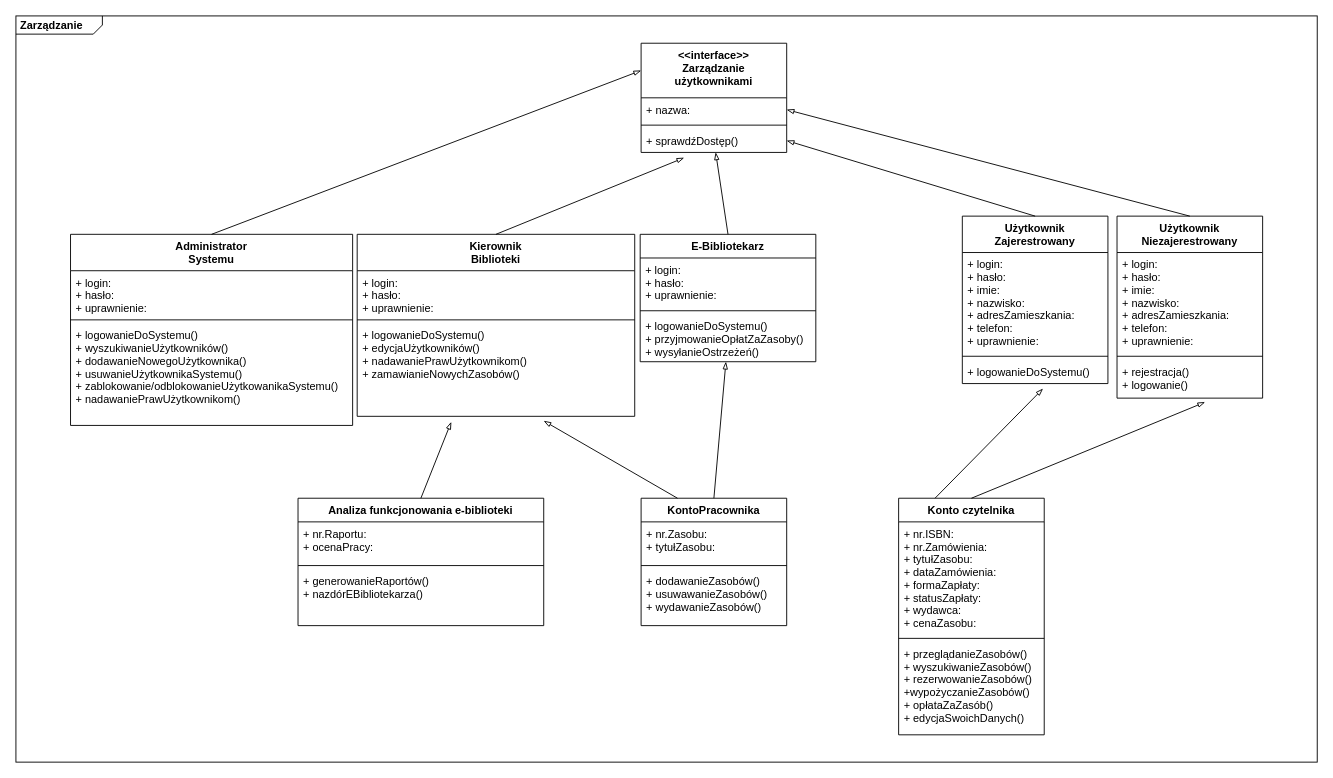
Earlier version of the draw.io diagram zarzadzanie.drawio (Jagoodka/BJ05ti3c). Source tidied: cells renumbered, new cells numbered last; positions are measured from the earlier drawing's top-left corner, leaving out a move shared by most shapes. Both pictures are drawn from the tidied source at 91%, with x=0, y=0 at pixel (15, 15).
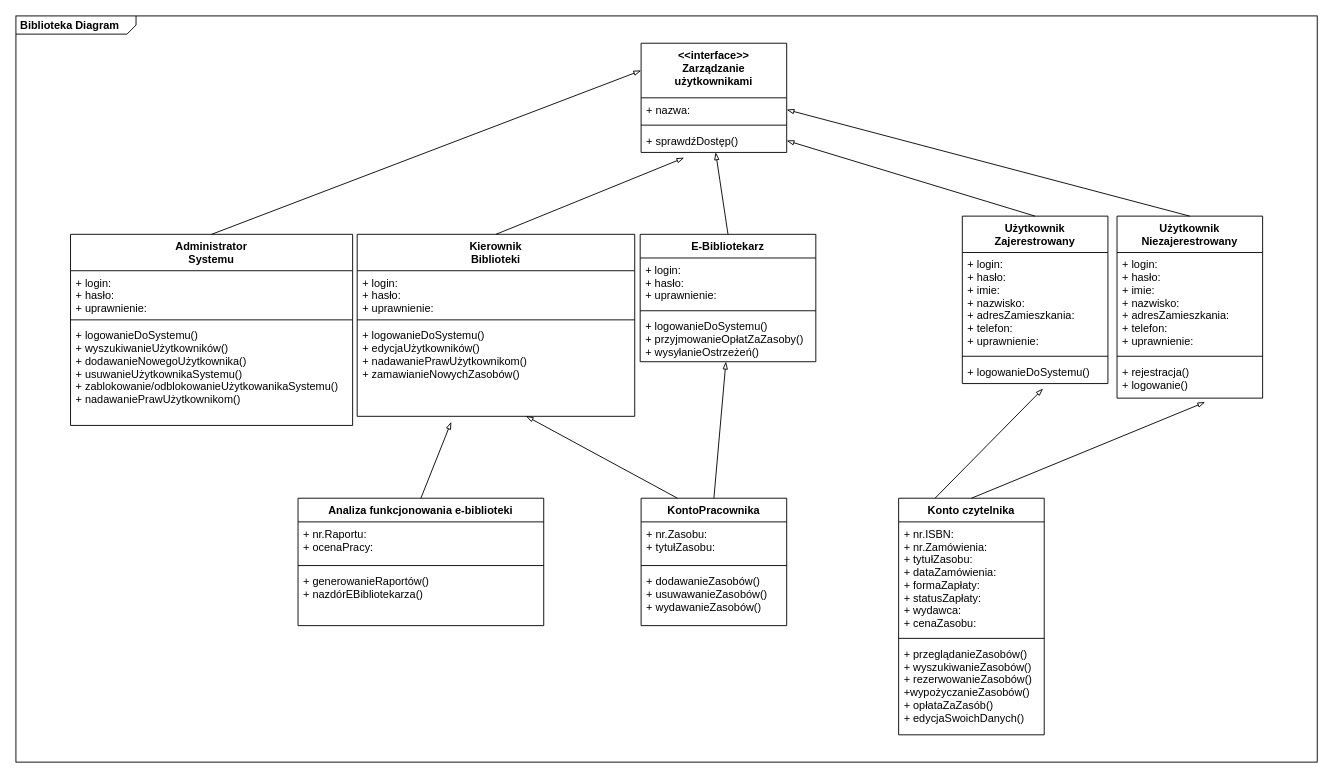
Above is the later version.

The change refers to these unchanged cells:
```xml
<mxCell id="14" value="+ logowanieDoSystemu()&#10;+ edycjaUżytkowników()&#10;+ nadawaniePrawUżytkownikom()&#10;+ zamawianieNowychZasobów()&#10;" style="text;strokeColor=none;fillColor=none;align=left;verticalAlign=top;spacingLeft=4;spacingRight=4;overflow=hidden;points=[[0,0.5],[1,0.5]];portConstraint=eastwest;" parent="11" vertex="1">
  <mxGeometry y="98" width="305" height="102" as="geometry" />
</mxCell>
<mxCell id="31" value="KontoPracownika" style="swimlane;fontStyle=1;align=center;verticalAlign=top;horizontal=1;startSize=26;" parent="1" vertex="1">
  <mxGeometry x="687" y="530" width="160" height="140" as="geometry" />
</mxCell>
```

The edit, as a diff of the source:
```diff
@@
-    <mxCell id="2" value="&lt;p style=&quot;margin: 0px ; margin-top: 4px ; margin-left: 5px ; text-align: left&quot;&gt;&lt;b&gt;Zarządzanie&lt;/b&gt;&lt;/p&gt;" style="html=1;shape=mxgraph.sysml.package;overflow=fill;labelX=95;align=left;spacingLeft=5;verticalAlign=top;spacingTop=-3;" parent="1" vertex="1">
+    <mxCell id="2" value="&lt;p style=&quot;margin: 0px ; margin-top: 4px ; margin-left: 5px ; text-align: left&quot;&gt;&lt;b&gt;Biblioteka Diagram&lt;/b&gt;&lt;/p&gt;&lt;p style=&quot;margin: 0px ; margin-top: 4px ; margin-left: 5px ; text-align: left&quot;&gt;&lt;b&gt;&lt;br&gt;&lt;/b&gt;&lt;/p&gt;" style="html=1;shape=mxgraph.sysml.package;overflow=fill;labelX=132;align=left;spacingLeft=5;verticalAlign=top;spacingTop=-3;" parent="1" vertex="1">
       <mxGeometry width="1430" height="820" as="geometry" />
     </mxCell>
@@
-    <mxCell id="47" style="endArrow=blockThin;html=1;endFill=0;entryX=0.672;entryY=1.049;entryDx=0;entryDy=0;entryPerimeter=0;exitX=0.25;exitY=0;exitDx=0;exitDy=0;" parent="1" edge="1" source="31" target="14">
+    <mxCell id="47" style="endArrow=blockThin;html=1;endFill=0;entryX=0.608;entryY=0.997;entryDx=0;entryDy=0;entryPerimeter=0;exitX=0.25;exitY=0;exitDx=0;exitDy=0;" parent="1" edge="1" source="31" target="14">
       <mxGeometry relative="1" as="geometry" />
     </mxCell>
```
